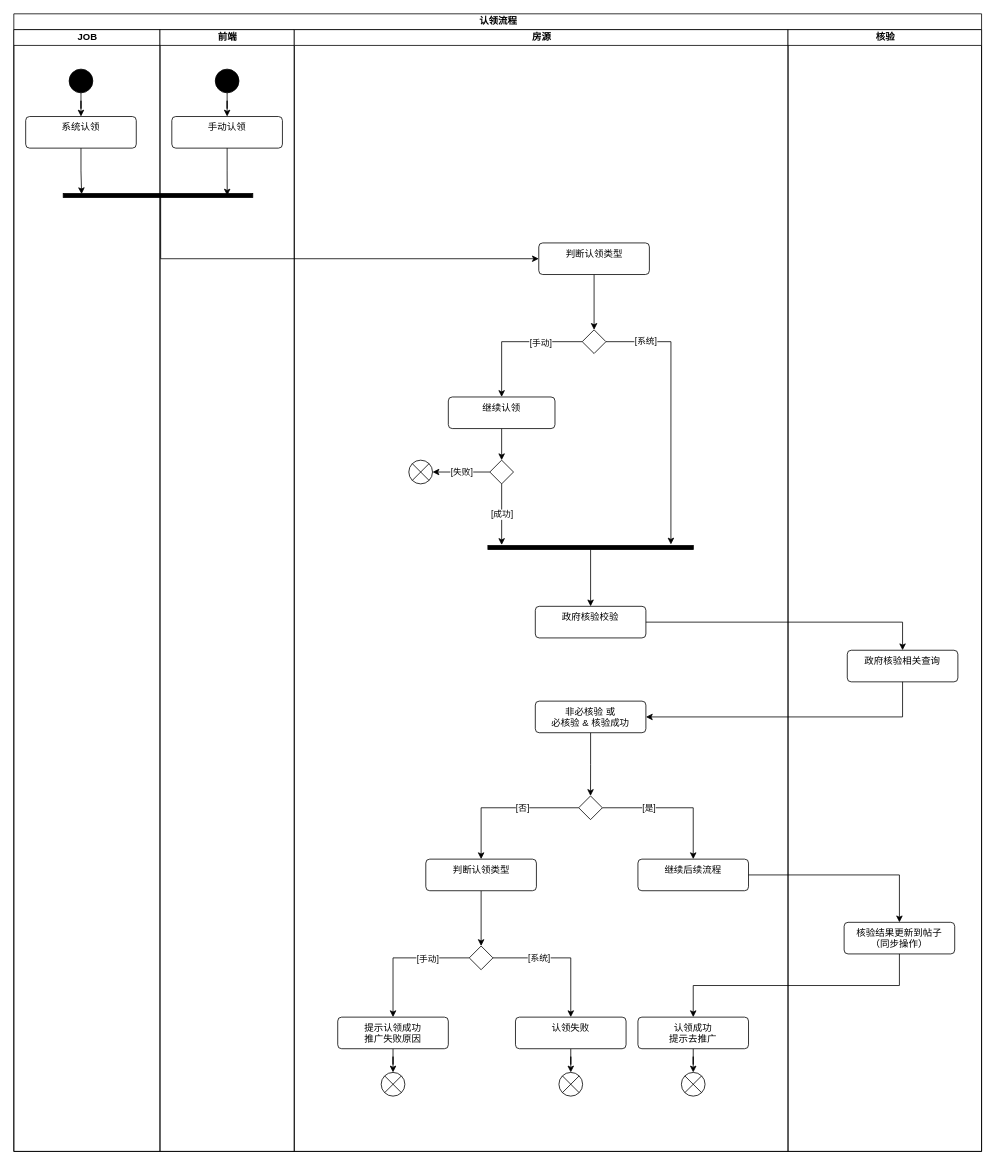
Above: page "流程-认领" (6 of 7) of 设计文档/政府核验sku化.drawio in guyukou/drawio (draw.io), before the change. Source tidied: cells renumbered, new cells numbered last; positions are measured from the earlier drawing's top-left corner, leaving out a move shared by most shapes. Both pictures are drawn from the tidied source at 79%, with x=0, y=0 at pixel (13, 13).
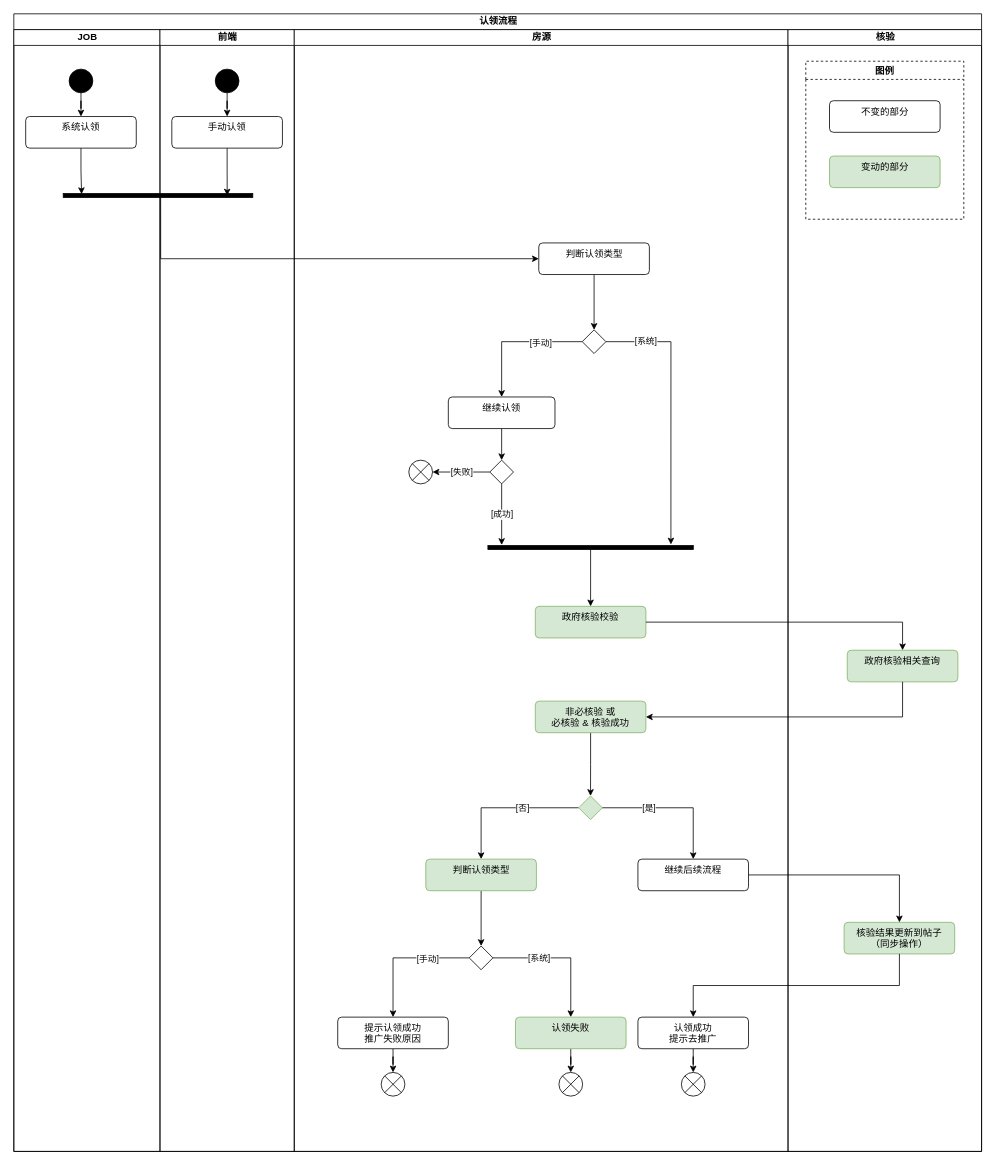
Above is the later version.

Commit message (it also covers changes not shown here):
更新政府核验sku化.drawio

Unchanged cells that the change refers to:
```xml
<mxCell id="13" value="房源" style="swimlane;startSize=20;html=1;" parent="2" vertex="1">
  <mxGeometry x="355" y="20" width="625" height="1420" as="geometry" />
</mxCell>
<mxCell id="52" value="核验" style="swimlane;startSize=20;html=1;" parent="2" vertex="1">
  <mxGeometry x="980" y="20" width="245" height="1420" as="geometry" />
</mxCell>
```

Diff of the diagram source:
```diff
@@
-    <mxCell id="15" value="非必核验 或&lt;br&gt;必核验 &amp;amp; 核验成功" style="html=1;align=center;verticalAlign=top;rounded=1;absoluteArcSize=1;arcSize=10;dashed=0;whiteSpace=wrap;" parent="13" vertex="1">
+    <mxCell id="15" value="非必核验 或&lt;br&gt;必核验 &amp;amp; 核验成功" style="html=1;align=center;verticalAlign=top;rounded=1;absoluteArcSize=1;arcSize=10;dashed=0;whiteSpace=wrap;fillColor=#d5e8d4;strokeColor=#82b366;" parent="13" vertex="1">
       <mxGeometry x="305.1" y="850" width="140" height="40" as="geometry" />
     </mxCell>
@@
-    <mxCell id="23" value="政府核验校验" style="html=1;align=center;verticalAlign=top;rounded=1;absoluteArcSize=1;arcSize=10;dashed=0;whiteSpace=wrap;" parent="13" vertex="1">
+    <mxCell id="23" value="政府核验校验" style="html=1;align=center;verticalAlign=top;rounded=1;absoluteArcSize=1;arcSize=10;dashed=0;whiteSpace=wrap;fillColor=#d5e8d4;strokeColor=#82b366;" parent="13" vertex="1">
       <mxGeometry x="305.1" y="730" width="140" height="40" as="geometry" />
     </mxCell>
@@
-    <mxCell id="33" style="rhombus;" parent="13" vertex="1">
+    <mxCell id="33" style="rhombus;fillColor=#d5e8d4;strokeColor=#82b366;" parent="13" vertex="1">
       <mxGeometry x="360" y="970" width="30" height="30" as="geometry" />
     </mxCell>
@@
-    <mxCell id="35" value="判断认领类型" style="html=1;align=center;verticalAlign=top;rounded=1;absoluteArcSize=1;arcSize=10;dashed=0;whiteSpace=wrap;" parent="13" vertex="1">
+    <mxCell id="35" value="判断认领类型" style="html=1;align=center;verticalAlign=top;rounded=1;absoluteArcSize=1;arcSize=10;dashed=0;whiteSpace=wrap;fillColor=#d5e8d4;strokeColor=#82b366;" parent="13" vertex="1">
       <mxGeometry x="166.5" y="1050" width="140" height="40" as="geometry" />
     </mxCell>
@@
-    <mxCell id="44" value="认领失败" style="html=1;align=center;verticalAlign=top;rounded=1;absoluteArcSize=1;arcSize=10;dashed=0;whiteSpace=wrap;" parent="13" vertex="1">
+    <mxCell id="44" value="认领失败" style="html=1;align=center;verticalAlign=top;rounded=1;absoluteArcSize=1;arcSize=10;dashed=0;whiteSpace=wrap;fillColor=#d5e8d4;strokeColor=#82b366;" parent="13" vertex="1">
       <mxGeometry x="280" y="1250" width="140" height="40" as="geometry" />
     </mxCell>
@@
-    <mxCell id="53" value="政府核验相关查询" style="html=1;align=center;verticalAlign=top;rounded=1;absoluteArcSize=1;arcSize=10;dashed=0;whiteSpace=wrap;" parent="52" vertex="1">
+    <mxCell id="53" value="政府核验相关查询" style="html=1;align=center;verticalAlign=top;rounded=1;absoluteArcSize=1;arcSize=10;dashed=0;whiteSpace=wrap;fillColor=#d5e8d4;strokeColor=#82b366;" parent="52" vertex="1">
       <mxGeometry x="75" y="785.6" width="140" height="40" as="geometry" />
     </mxCell>
-    <mxCell id="54" value="核验结果更新到帖子&lt;br&gt;（同步操作）" style="html=1;align=center;verticalAlign=top;rounded=1;absoluteArcSize=1;arcSize=10;dashed=0;whiteSpace=wrap;" parent="52" vertex="1">
+    <mxCell id="54" value="核验结果更新到帖子&lt;br&gt;（同步操作）" style="html=1;align=center;verticalAlign=top;rounded=1;absoluteArcSize=1;arcSize=10;dashed=0;whiteSpace=wrap;fillColor=#d5e8d4;strokeColor=#82b366;" parent="52" vertex="1">
       <mxGeometry x="71" y="1130" width="140" height="40" as="geometry" />
     </mxCell>
+    <mxCell id="61" value="图例" style="swimlane;dashed=1;" parent="52" vertex="1">
+      <mxGeometry x="22.5" y="40" width="200" height="200" as="geometry" />
+    </mxCell>
+    <mxCell id="62" value="不变的部分" style="html=1;align=center;verticalAlign=top;rounded=1;absoluteArcSize=1;arcSize=10;dashed=0;whiteSpace=wrap;" parent="61" vertex="1">
+      <mxGeometry x="30" y="50" width="140" height="40" as="geometry" />
+    </mxCell>
+    <mxCell id="63" value="变动的部分" style="html=1;align=center;verticalAlign=top;rounded=1;absoluteArcSize=1;arcSize=10;dashed=0;whiteSpace=wrap;fillColor=#d5e8d4;strokeColor=#82b366;" parent="61" vertex="1">
+      <mxGeometry x="30" y="120" width="140" height="40" as="geometry" />
+    </mxCell>
```
